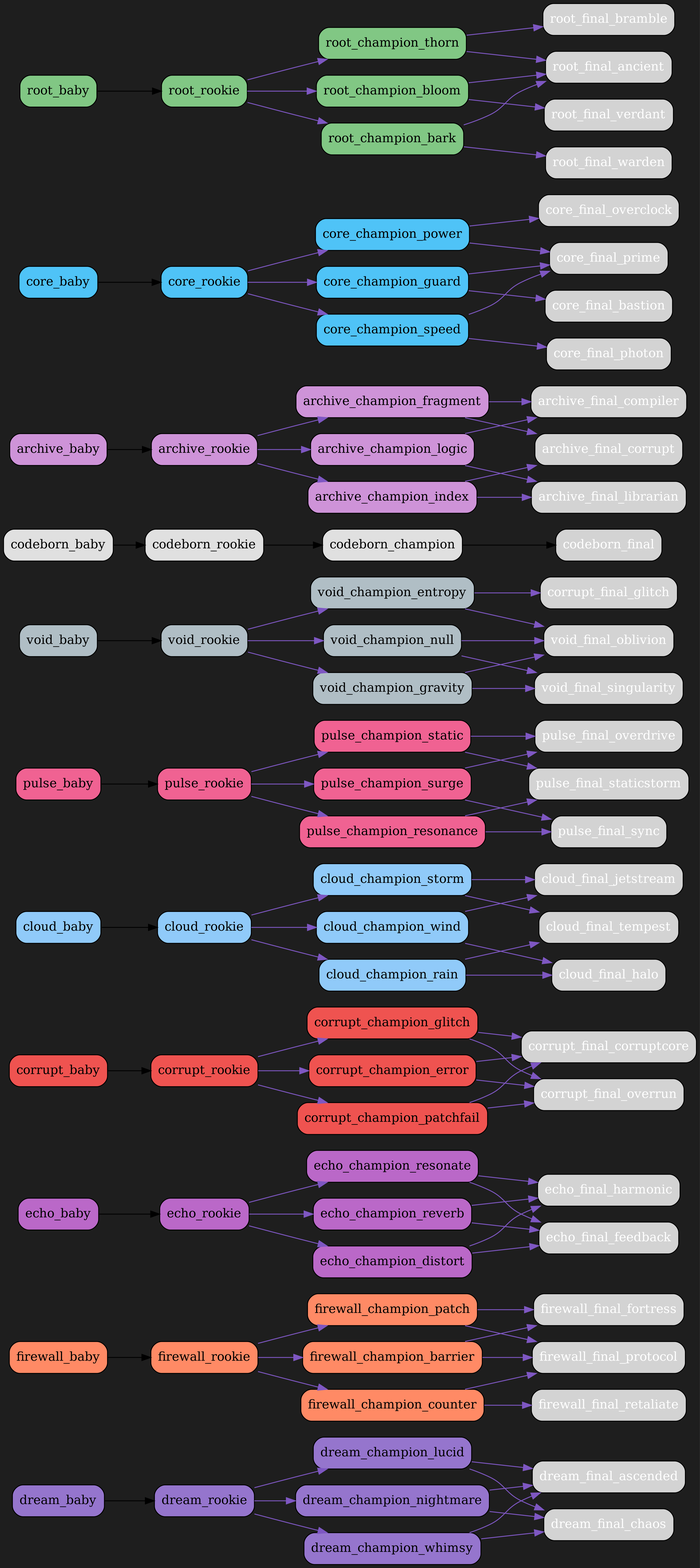
Above: src/netgrid/systems/evolution/graphs/dark/evolution_graph_dark.png in bwlight/NetGrid (Graphviz), before the change. Its source is kept beside it as src/netgrid/systems/evolution/graphs/dark/evolution_graph_dark.dot.
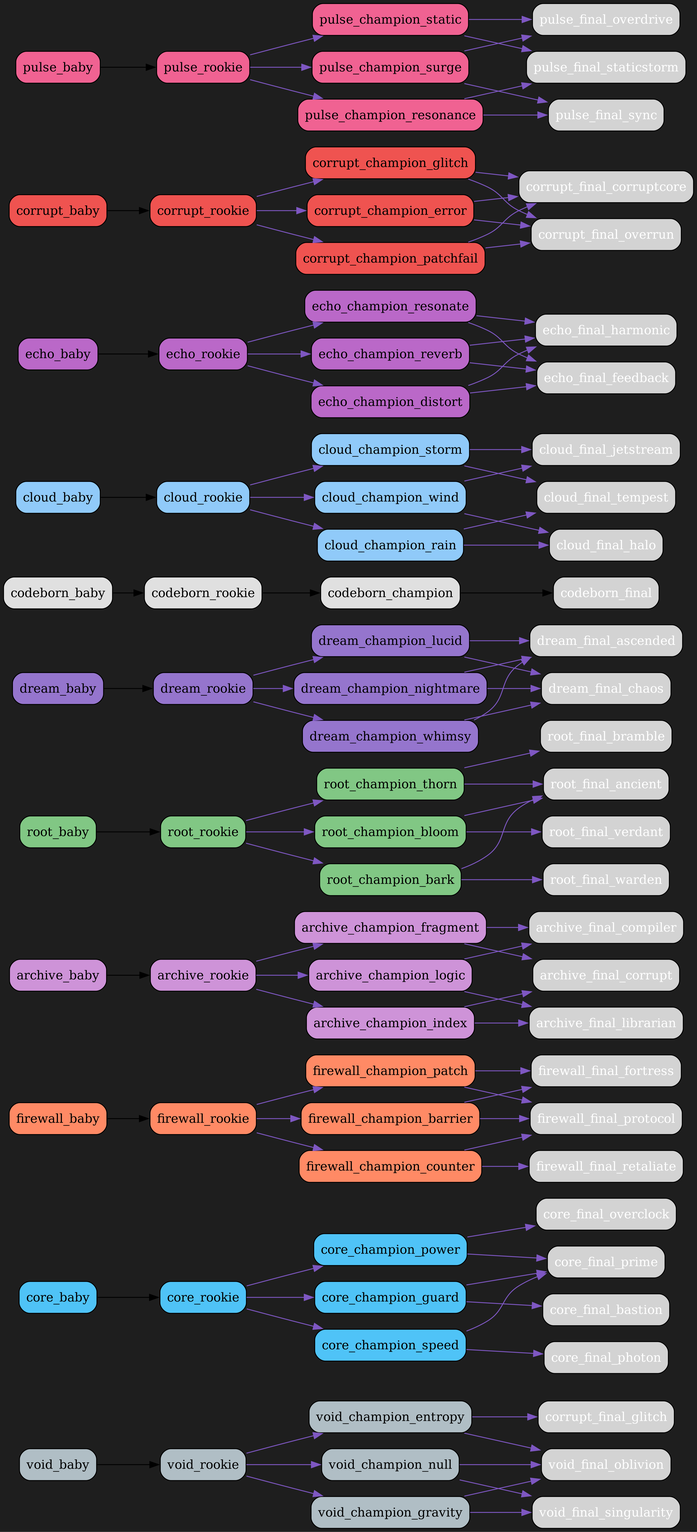
The same diagram one commit later.

What changed in the source:
```diff
@@ -2,6 +2,81 @@
   rankdir=LR;
   bgcolor="#1e1e1e";
   node [shape=box, style="rounded,filled", fontcolor="white"];
+  "void_baby" [fillcolor="#b0bec5", fontcolor="black"];
+  "void_baby" -> "void_rookie";
+  "void_rookie" [fillcolor="#b0bec5", fontcolor="black"];
+  "void_rookie" -> "void_champion_entropy" [color="#7e57c2"];
+  "void_rookie" -> "void_champion_gravity" [color="#7e57c2"];
+  "void_rookie" -> "void_champion_null" [color="#7e57c2"];
+  "void_champion_entropy" [fillcolor="#b0bec5", fontcolor="black"];
+  "void_champion_entropy" -> "corrupt_final_glitch" [color="#7e57c2"];
+  "void_champion_entropy" -> "void_final_oblivion" [color="#7e57c2"];
+  "void_champion_gravity" [fillcolor="#b0bec5", fontcolor="black"];
+  "void_champion_gravity" -> "void_final_singularity" [color="#7e57c2"];
+  "void_champion_gravity" -> "void_final_oblivion" [color="#7e57c2"];
+  "void_champion_null" [fillcolor="#b0bec5", fontcolor="black"];
+  "void_champion_null" -> "void_final_oblivion" [color="#7e57c2"];
+  "void_champion_null" -> "void_final_singularity" [color="#7e57c2"];
+  "core_baby" [fillcolor="#4fc3f7", fontcolor="black"];
+  "core_baby" -> "core_rookie";
+  "core_rookie" [fillcolor="#4fc3f7", fontcolor="black"];
+  "core_rookie" -> "core_champion_power" [color="#7e57c2"];
+  "core_rookie" -> "core_champion_guard" [color="#7e57c2"];
+  "core_rookie" -> "core_champion_speed" [color="#7e57c2"];
+  "core_champion_power" [fillcolor="#4fc3f7", fontcolor="black"];
+  "core_champion_power" -> "core_final_overclock" [color="#7e57c2"];
+  "core_champion_power" -> "core_final_prime" [color="#7e57c2"];
+  "core_champion_guard" [fillcolor="#4fc3f7", fontcolor="black"];
+  "core_champion_guard" -> "core_final_bastion" [color="#7e57c2"];
+  "core_champion_guard" -> "core_final_prime" [color="#7e57c2"];
+  "core_champion_speed" [fillcolor="#4fc3f7", fontcolor="black"];
+  "core_champion_speed" -> "core_final_photon" [color="#7e57c2"];
+  "core_champion_speed" -> "core_final_prime" [color="#7e57c2"];
+  "firewall_baby" [fillcolor="#ff8a65", fontcolor="black"];
+  "firewall_baby" -> "firewall_rookie";
+  "firewall_rookie" [fillcolor="#ff8a65", fontcolor="black"];
+  "firewall_rookie" -> "firewall_champion_barrier" [color="#7e57c2"];
+  "firewall_rookie" -> "firewall_champion_counter" [color="#7e57c2"];
+  "firewall_rookie" -> "firewall_champion_patch" [color="#7e57c2"];
+  "firewall_champion_barrier" [fillcolor="#ff8a65", fontcolor="black"];
+  "firewall_champion_barrier" -> "firewall_final_fortress" [color="#7e57c2"];
+  "firewall_champion_barrier" -> "firewall_final_protocol" [color="#7e57c2"];
+  "firewall_champion_counter" [fillcolor="#ff8a65", fontcolor="black"];
+  "firewall_champion_counter" -> "firewall_final_retaliate" [color="#7e57c2"];
+  "firewall_champion_counter" -> "firewall_final_protocol" [color="#7e57c2"];
+  "firewall_champion_patch" [fillcolor="#ff8a65", fontcolor="black"];
+  "firewall_champion_patch" -> "firewall_final_protocol" [color="#7e57c2"];
+  "firewall_champion_patch" -> "firewall_final_fortress" [color="#7e57c2"];
+  "archive_baby" [fillcolor="#ce93d8", fontcolor="black"];
+  "archive_baby" -> "archive_rookie";
+  "archive_rookie" [fillcolor="#ce93d8", fontcolor="black"];
+  "archive_rookie" -> "archive_champion_logic" [color="#7e57c2"];
+  "archive_rookie" -> "archive_champion_index" [color="#7e57c2"];
+  "archive_rookie" -> "archive_champion_fragment" [color="#7e57c2"];
+  "archive_champion_logic" [fillcolor="#ce93d8", fontcolor="black"];
+  "archive_champion_logic" -> "archive_final_compiler" [color="#7e57c2"];
+  "archive_champion_logic" -> "archive_final_librarian" [color="#7e57c2"];
+  "archive_champion_index" [fillcolor="#ce93d8", fontcolor="black"];
+  "archive_champion_index" -> "archive_final_librarian" [color="#7e57c2"];
+  "archive_champion_index" -> "archive_final_corrupt" [color="#7e57c2"];
+  "archive_champion_fragment" [fillcolor="#ce93d8", fontcolor="black"];
+  "archive_champion_fragment" -> "archive_final_corrupt" [color="#7e57c2"];
+  "archive_champion_fragment" -> "archive_final_compiler" [color="#7e57c2"];
+  "root_baby" [fillcolor="#81c784", fontcolor="black"];
+  "root_baby" -> "root_rookie";
+  "root_rookie" [fillcolor="#81c784", fontcolor="black"];
+  "root_rookie" -> "root_champion_thorn" [color="#7e57c2"];
+  "root_rookie" -> "root_champion_bloom" [color="#7e57c2"];
+  "root_rookie" -> "root_champion_bark" [color="#7e57c2"];
+  "root_champion_thorn" [fillcolor="#81c784", fontcolor="black"];
+  "root_champion_thorn" -> "root_final_bramble" [color="#7e57c2"];
+  "root_champion_thorn" -> "root_final_ancient" [color="#7e57c2"];
+  "root_champion_bloom" [fillcolor="#81c784", fontcolor="black"];
+  "root_champion_bloom" -> "root_final_ancient" [color="#7e57c2"];
+  "root_champion_bloom" -> "root_final_verdant" [color="#7e57c2"];
+  "root_champion_bark" [fillcolor="#81c784", fontcolor="black"];
+  "root_champion_bark" -> "root_final_warden" [color="#7e57c2"];
+  "root_champion_bark" -> "root_final_ancient" [color="#7e57c2"];
   "dream_baby" [fillcolor="#9575cd", fontcolor="black"];
   "dream_baby" -> "dream_rookie";
   "dream_rookie" [fillcolor="#9575cd", fontcolor="black"];
@@ -17,21 +92,27 @@
   "dream_champion_whimsy" [fillcolor="#9575cd", fontcolor="black"];
   "dream_champion_whimsy" -> "dream_final_ascended" [color="#7e57c2"];
   "dream_champion_whimsy" -> "dream_final_chaos" [color="#7e57c2"];
-  "firewall_baby" [fillcolor="#ff8a65", fontcolor="black"];
-  "firewall_baby" -> "firewall_rookie";
-  "firewall_rookie" [fillcolor="#ff8a65", fontcolor="black"];
-  "firewall_rookie" -> "firewall_champion_barrier" [color="#7e57c2"];
-  "firewall_rookie" -> "firewall_champion_counter" [color="#7e57c2"];
-  "firewall_rookie" -> "firewall_champion_patch" [color="#7e57c2"];
-  "firewall_champion_barrier" [fillcolor="#ff8a65", fontcolor="black"];
-  "firewall_champion_barrier" -> "firewall_final_fortress" [color="#7e57c2"];
-  "firewall_champion_barrier" -> "firewall_final_protocol" [color="#7e57c2"];
-  "firewall_champion_counter" [fillcolor="#ff8a65", fontcolor="black"];
-  "firewall_champion_counter" -> "firewall_final_retaliate" [color="#7e57c2"];
-  "firewall_champion_counter" -> "firewall_final_protocol" [color="#7e57c2"];
-  "firewall_champion_patch" [fillcolor="#ff8a65", fontcolor="black"];
-  "firewall_champion_patch" -> "firewall_final_protocol" [color="#7e57c2"];
-  "firewall_champion_patch" -> "firewall_final_fortress" [color="#7e57c2"];
+  "codeborn_baby" [fillcolor="#e0e0e0", fontcolor="black"];
+  "codeborn_baby" -> "codeborn_rookie";
+  "codeborn_rookie" [fillcolor="#e0e0e0", fontcolor="black"];
+  "codeborn_rookie" -> "codeborn_champion";
+  "codeborn_champion" [fillcolor="#e0e0e0", fontcolor="black"];
+  "codeborn_champion" -> "codeborn_final";
+  "cloud_baby" [fillcolor="#90caf9", fontcolor="black"];
+  "cloud_baby" -> "cloud_rookie";
+  "cloud_rookie" [fillcolor="#90caf9", fontcolor="black"];
+  "cloud_rookie" -> "cloud_champion_wind" [color="#7e57c2"];
+  "cloud_rookie" -> "cloud_champion_rain" [color="#7e57c2"];
+  "cloud_rookie" -> "cloud_champion_storm" [color="#7e57c2"];
+  "cloud_champion_wind" [fillcolor="#90caf9", fontcolor="black"];
+  "cloud_champion_wind" -> "cloud_final_jetstream" [color="#7e57c2"];
+  "cloud_champion_wind" -> "cloud_final_halo" [color="#7e57c2"];
+  "cloud_champion_rain" [fillcolor="#90caf9", fontcolor="black"];
+  "cloud_champion_rain" -> "cloud_final_halo" [color="#7e57c2"];
+  "cloud_champion_rain" -> "cloud_final_tempest" [color="#7e57c2"];
+  "cloud_champion_storm" [fillcolor="#90caf9", fontcolor="black"];
+  "cloud_champion_storm" -> "cloud_final_tempest" [color="#7e57c2"];
+  "cloud_champion_storm" -> "cloud_final_jetstream" [color="#7e57c2"];
   "echo_baby" [fillcolor="#ba68c8", fontcolor="black"];
   "echo_baby" -> "echo_rookie";
   "echo_rookie" [fillcolor="#ba68c8", fontcolor="black"];
@@ -62,21 +143,6 @@
   "corrupt_champion_patchfail" [fillcolor="#ef5350", fontcolor="black"];
   "corrupt_champion_patchfail" -> "corrupt_final_corruptcore" [color="#7e57c2"];
   "corrupt_champion_patchfail" -> "corrupt_final_overrun" [color="#7e57c2"];
-  "cloud_baby" [fillcolor="#90caf9", fontcolor="black"];
-  "cloud_baby" -> "cloud_rookie";
-  "cloud_rookie" [fillcolor="#90caf9", fontcolor="black"];
-  "cloud_rookie" -> "cloud_champion_wind" [color="#7e57c2"];
-  "cloud_rookie" -> "cloud_champion_rain" [color="#7e57c2"];
-  "cloud_rookie" -> "cloud_champion_storm" [color="#7e57c2"];
-  "cloud_champion_wind" [fillcolor="#90caf9", fontcolor="black"];
-  "cloud_champion_wind" -> "cloud_final_jetstream" [color="#7e57c2"];
-  "cloud_champion_wind" -> "cloud_final_halo" [color="#7e57c2"];
-  "cloud_champion_rain" [fillcolor="#90caf9", fontcolor="black"];
-  "cloud_champion_rain" -> "cloud_final_halo" [color="#7e57c2"];
-  "cloud_champion_rain" -> "cloud_final_tempest" [color="#7e57c2"];
-  "cloud_champion_storm" [fillcolor="#90caf9", fontcolor="black"];
-  "cloud_champion_storm" -> "cloud_final_tempest" [color="#7e57c2"];
-  "cloud_champion_storm" -> "cloud_final_jetstream" [color="#7e57c2"];
   "pulse_baby" [fillcolor="#f06292", fontcolor="black"];
   "pulse_baby" -> "pulse_rookie";
   "pulse_rookie" [fillcolor="#f06292", fontcolor="black"];
@@ -92,70 +158,4 @@
   "pulse_champion_static" [fillcolor="#f06292", fontcolor="black"];
   "pulse_champion_static" -> "pulse_final_staticstorm" [color="#7e57c2"];
   "pulse_champion_static" -> "pulse_final_overdrive" [color="#7e57c2"];
-  "void_baby" [fillcolor="#b0bec5", fontcolor="black"];
-  "void_baby" -> "void_rookie";
-  "void_rookie" [fillcolor="#b0bec5", fontcolor="black"];
-  "void_rookie" -> "void_champion_entropy" [color="#7e57c2"];
-  "void_rookie" -> "void_champion_gravity" [color="#7e57c2"];
-  "void_rookie" -> "void_champion_null" [color="#7e57c2"];
-  "void_champion_entropy" [fillcolor="#b0bec5", fontcolor="black"];
-  "void_champion_entropy" -> "corrupt_final_glitch" [color="#7e57c2"];
-  "void_champion_entropy" -> "void_final_oblivion" [color="#7e57c2"];
-  "void_champion_gravity" [fillcolor="#b0bec5", fontcolor="black"];
-  "void_champion_gravity" -> "void_final_singularity" [color="#7e57c2"];
-  "void_champion_gravity" -> "void_final_oblivion" [color="#7e57c2"];
-  "void_champion_null" [fillcolor="#b0bec5", fontcolor="black"];
-  "void_champion_null" -> "void_final_oblivion" [color="#7e57c2"];
-  "void_champion_null" -> "void_final_singularity" [color="#7e57c2"];
-  "codeborn_baby" [fillcolor="#e0e0e0", fontcolor="black"];
-  "codeborn_baby" -> "codeborn_rookie";
-  "codeborn_rookie" [fillcolor="#e0e0e0", fontcolor="black"];
-  "codeborn_rookie" -> "codeborn_champion";
-  "codeborn_champion" [fillcolor="#e0e0e0", fontcolor="black"];
-  "codeborn_champion" -> "codeborn_final";
-  "archive_baby" [fillcolor="#ce93d8", fontcolor="black"];
-  "archive_baby" -> "archive_rookie";
-  "archive_rookie" [fillcolor="#ce93d8", fontcolor="black"];
-  "archive_rookie" -> "archive_champion_logic" [color="#7e57c2"];
-  "archive_rookie" -> "archive_champion_index" [color="#7e57c2"];
-  "archive_rookie" -> "archive_champion_fragment" [color="#7e57c2"];
-  "archive_champion_logic" [fillcolor="#ce93d8", fontcolor="black"];
-  "archive_champion_logic" -> "archive_final_compiler" [color="#7e57c2"];
-  "archive_champion_logic" -> "archive_final_librarian" [color="#7e57c2"];
-  "archive_champion_index" [fillcolor="#ce93d8", fontcolor="black"];
-  "archive_champion_index" -> "archive_final_librarian" [color="#7e57c2"];
-  "archive_champion_index" -> "archive_final_corrupt" [color="#7e57c2"];
-  "archive_champion_fragment" [fillcolor="#ce93d8", fontcolor="black"];
-  "archive_champion_fragment" -> "archive_final_corrupt" [color="#7e57c2"];
-  "archive_champion_fragment" -> "archive_final_compiler" [color="#7e57c2"];
-  "core_baby" [fillcolor="#4fc3f7", fontcolor="black"];
-  "core_baby" -> "core_rookie";
-  "core_rookie" [fillcolor="#4fc3f7", fontcolor="black"];
-  "core_rookie" -> "core_champion_power" [color="#7e57c2"];
-  "core_rookie" -> "core_champion_guard" [color="#7e57c2"];
-  "core_rookie" -> "core_champion_speed" [color="#7e57c2"];
-  "core_champion_power" [fillcolor="#4fc3f7", fontcolor="black"];
-  "core_champion_power" -> "core_final_overclock" [color="#7e57c2"];
-  "core_champion_power" -> "core_final_prime" [color="#7e57c2"];
-  "core_champion_guard" [fillcolor="#4fc3f7", fontcolor="black"];
-  "core_champion_guard" -> "core_final_bastion" [color="#7e57c2"];
-  "core_champion_guard" -> "core_final_prime" [color="#7e57c2"];
-  "core_champion_speed" [fillcolor="#4fc3f7", fontcolor="black"];
-  "core_champion_speed" -> "core_final_photon" [color="#7e57c2"];
-  "core_champion_speed" -> "core_final_prime" [color="#7e57c2"];
-  "root_baby" [fillcolor="#81c784", fontcolor="black"];
-  "root_baby" -> "root_rookie";
-  "root_rookie" [fillcolor="#81c784", fontcolor="black"];
-  "root_rookie" -> "root_champion_thorn" [color="#7e57c2"];
-  "root_rookie" -> "root_champion_bloom" [color="#7e57c2"];
-  "root_rookie" -> "root_champion_bark" [color="#7e57c2"];
-  "root_champion_thorn" [fillcolor="#81c784", fontcolor="black"];
-  "root_champion_thorn" -> "root_final_bramble" [color="#7e57c2"];
-  "root_champion_thorn" -> "root_final_ancient" [color="#7e57c2"];
-  "root_champion_bloom" [fillcolor="#81c784", fontcolor="black"];
-  "root_champion_bloom" -> "root_final_ancient" [color="#7e57c2"];
-  "root_champion_bloom" -> "root_final_verdant" [color="#7e57c2"];
-  "root_champion_bark" [fillcolor="#81c784", fontcolor="black"];
-  "root_champion_bark" -> "root_final_warden" [color="#7e57c2"];
-  "root_champion_bark" -> "root_final_ancient" [color="#7e57c2"];
 }
```
